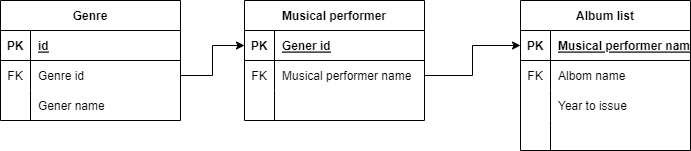
Above: Music site.drawio.png in VadimRoziznan/Music-site (draw.io), before the change. Source tidied: cells renumbered, new cells last; positions are measured from the earlier drawing's top-left corner, leaving out a move shared by most shapes.
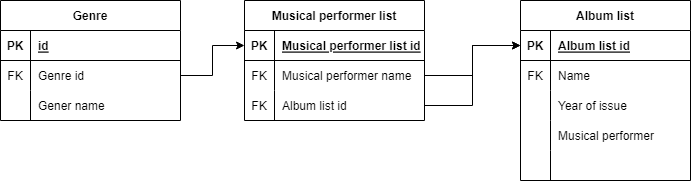
After the change.

The edit, as a diff of the source:
```diff
@@ -32,7 +32,7 @@
     <mxCell id="11" value="Gener name" style="shape=partialRectangle;fillColor=none;top=0;left=0;bottom=0;right=0;align=left;spacingLeft=6;overflow=hidden;" parent="9" vertex="1">
       <mxGeometry x="30" width="150" height="30" as="geometry" />
     </mxCell>
-    <mxCell id="12" value="Musical performer" style="shape=table;startSize=30;rowLines=0;fontStyle=1;align=center;strokeColor=default;fontFamily=Helvetica;fontSize=12;fontColor=default;fillColor=none;" parent="1" vertex="1">
+    <mxCell id="12" value="Musical performer list" style="shape=table;startSize=30;rowLines=0;fontStyle=1;align=center;strokeColor=default;fontFamily=Helvetica;fontSize=12;fontColor=default;fillColor=none;" parent="1" vertex="1">
       <mxGeometry x="244" width="180" height="120" as="geometry" />
     </mxCell>
     <mxCell id="13" style="shape=tableRow;horizontal=0;startSize=0;swimlaneHead=0;swimlaneBody=0;fillColor=none;points=[[0,0.5],[1,0.5]];portConstraint=eastwest;top=0;left=0;right=0;bottom=1;strokeColor=default;fontFamily=Helvetica;fontSize=12;fontColor=default;" parent="12" vertex="1">
@@ -41,7 +41,7 @@
     <mxCell id="14" value="PK" style="shape=partialRectangle;fillColor=none;top=0;left=0;bottom=0;right=0;fontStyle=1;overflow=hidden;strokeColor=default;fontFamily=Helvetica;fontSize=12;fontColor=default;" parent="13" vertex="1">
       <mxGeometry width="30" height="30" as="geometry" />
     </mxCell>
-    <mxCell id="15" value="Gener id" style="shape=partialRectangle;fillColor=none;top=0;left=0;bottom=0;right=0;align=left;spacingLeft=6;fontStyle=5;overflow=hidden;strokeColor=default;fontFamily=Helvetica;fontSize=12;fontColor=default;" parent="13" vertex="1">
+    <mxCell id="15" value="Musical performer list id" style="shape=partialRectangle;fillColor=none;top=0;left=0;bottom=0;right=0;align=left;spacingLeft=6;fontStyle=5;overflow=hidden;strokeColor=default;fontFamily=Helvetica;fontSize=12;fontColor=default;" parent="13" vertex="1">
       <mxGeometry x="30" width="150" height="30" as="geometry" />
     </mxCell>
     <mxCell id="16" style="shape=tableRow;horizontal=0;startSize=0;swimlaneHead=0;swimlaneBody=0;fillColor=none;points=[[0,0.5],[1,0.5]];portConstraint=eastwest;top=0;left=0;right=0;bottom=0;strokeColor=default;fontFamily=Helvetica;fontSize=12;fontColor=default;" parent="12" vertex="1">
@@ -56,14 +56,14 @@
     <mxCell id="19" style="shape=tableRow;horizontal=0;startSize=0;swimlaneHead=0;swimlaneBody=0;fillColor=none;points=[[0,0.5],[1,0.5]];portConstraint=eastwest;top=0;left=0;right=0;bottom=0;strokeColor=default;fontFamily=Helvetica;fontSize=12;fontColor=default;" parent="12" vertex="1">
       <mxGeometry y="90" width="180" height="30" as="geometry" />
     </mxCell>
-    <mxCell id="20" style="shape=partialRectangle;fillColor=none;top=0;left=0;bottom=0;right=0;overflow=hidden;strokeColor=default;fontFamily=Helvetica;fontSize=12;fontColor=default;" parent="19" vertex="1">
+    <mxCell id="20" value="FK" style="shape=partialRectangle;fillColor=none;top=0;left=0;bottom=0;right=0;overflow=hidden;strokeColor=default;fontFamily=Helvetica;fontSize=12;fontColor=default;" parent="19" vertex="1">
       <mxGeometry width="30" height="30" as="geometry" />
     </mxCell>
-    <mxCell id="21" style="shape=partialRectangle;fillColor=none;top=0;left=0;bottom=0;right=0;align=left;spacingLeft=6;overflow=hidden;strokeColor=default;fontFamily=Helvetica;fontSize=12;fontColor=default;" parent="19" vertex="1">
+    <mxCell id="21" value="Album list id" style="shape=partialRectangle;fillColor=none;top=0;left=0;bottom=0;right=0;align=left;spacingLeft=6;overflow=hidden;strokeColor=default;fontFamily=Helvetica;fontSize=12;fontColor=default;" parent="19" vertex="1">
       <mxGeometry x="30" width="150" height="30" as="geometry" />
     </mxCell>
     <mxCell id="22" value="Album list" style="shape=table;startSize=30;rowLines=0;fontStyle=1;align=center;strokeColor=default;fontFamily=Helvetica;fontSize=12;fontColor=default;fillColor=none;" parent="1" vertex="1">
-      <mxGeometry x="520" width="170" height="150" as="geometry" />
+      <mxGeometry x="520" width="170" height="180" as="geometry" />
     </mxCell>
     <mxCell id="23" style="shape=tableRow;horizontal=0;startSize=0;swimlaneHead=0;swimlaneBody=0;fillColor=none;points=[[0,0.5],[1,0.5]];portConstraint=eastwest;top=0;left=0;right=0;bottom=1;strokeColor=default;fontFamily=Helvetica;fontSize=12;fontColor=default;" parent="22" vertex="1">
       <mxGeometry y="30" width="170" height="30" as="geometry" />
@@ -71,7 +71,7 @@
     <mxCell id="24" value="PK" style="shape=partialRectangle;fillColor=none;top=0;left=0;bottom=0;right=0;fontStyle=1;overflow=hidden;strokeColor=default;fontFamily=Helvetica;fontSize=12;fontColor=default;" parent="23" vertex="1">
       <mxGeometry width="30" height="30" as="geometry" />
     </mxCell>
-    <mxCell id="25" value="Musical performer name" style="shape=partialRectangle;fillColor=none;top=0;left=0;bottom=0;right=0;align=left;spacingLeft=6;fontStyle=5;overflow=hidden;strokeColor=default;fontFamily=Helvetica;fontSize=12;fontColor=default;" parent="23" vertex="1">
+    <mxCell id="25" value="Album list id" style="shape=partialRectangle;fillColor=none;top=0;left=0;bottom=0;right=0;align=left;spacingLeft=6;fontStyle=5;overflow=hidden;strokeColor=default;fontFamily=Helvetica;fontSize=12;fontColor=default;" parent="23" vertex="1">
       <mxGeometry x="30" width="140" height="30" as="geometry" />
     </mxCell>
     <mxCell id="26" style="shape=tableRow;horizontal=0;startSize=0;swimlaneHead=0;swimlaneBody=0;fillColor=none;top=0;left=0;right=0;bottom=0;strokeColor=default;fontFamily=Helvetica;fontSize=12;fontColor=default;" parent="22" vertex="1">
@@ -80,20 +80,29 @@
     <mxCell id="27" value="FK" style="shape=partialRectangle;fillColor=none;top=0;left=0;bottom=0;right=0;overflow=hidden;strokeColor=default;fontFamily=Helvetica;fontSize=12;fontColor=default;" parent="26" vertex="1">
       <mxGeometry width="30" height="30" as="geometry" />
     </mxCell>
-    <mxCell id="28" value="Albom name" style="shape=partialRectangle;fillColor=none;top=0;left=0;bottom=0;right=0;align=left;spacingLeft=6;overflow=hidden;strokeColor=default;fontFamily=Helvetica;fontSize=12;fontColor=default;" parent="26" vertex="1">
+    <mxCell id="28" value="Name" style="shape=partialRectangle;fillColor=none;top=0;left=0;bottom=0;right=0;align=left;spacingLeft=6;overflow=hidden;strokeColor=default;fontFamily=Helvetica;fontSize=12;fontColor=default;" parent="26" vertex="1">
       <mxGeometry x="30" width="140" height="30" as="geometry" />
     </mxCell>
+    <mxCell id="37" style="shape=tableRow;horizontal=0;startSize=0;swimlaneHead=0;swimlaneBody=0;fillColor=none;top=0;left=0;right=0;bottom=0;strokeColor=default;fontFamily=Helvetica;fontSize=12;fontColor=default;" parent="22" vertex="1">
+      <mxGeometry y="90" width="170" height="30" as="geometry" />
+    </mxCell>
+    <mxCell id="38" style="shape=partialRectangle;fillColor=none;top=0;left=0;bottom=0;right=0;overflow=hidden;strokeColor=default;fontFamily=Helvetica;fontSize=12;fontColor=default;" parent="37" vertex="1">
+      <mxGeometry width="30" height="30" as="geometry" />
+    </mxCell>
+    <mxCell id="39" value="Year of issue" style="shape=partialRectangle;fillColor=none;top=0;left=0;bottom=0;right=0;align=left;spacingLeft=6;overflow=hidden;strokeColor=default;fontFamily=Helvetica;fontSize=12;fontColor=default;" parent="37" vertex="1">
+      <mxGeometry x="30" width="140" height="30" as="geometry" />
+    </mxCell>
     <mxCell id="29" style="shape=tableRow;horizontal=0;startSize=0;swimlaneHead=0;swimlaneBody=0;fillColor=none;top=0;left=0;right=0;bottom=0;strokeColor=default;fontFamily=Helvetica;fontSize=12;fontColor=default;" parent="22" vertex="1">
-      <mxGeometry y="90" width="170" height="30" as="geometry" />
+      <mxGeometry y="120" width="170" height="30" as="geometry" />
     </mxCell>
     <mxCell id="30" style="shape=partialRectangle;fillColor=none;top=0;left=0;bottom=0;right=0;overflow=hidden;strokeColor=default;fontFamily=Helvetica;fontSize=12;fontColor=default;" parent="29" vertex="1">
       <mxGeometry width="30" height="30" as="geometry" />
     </mxCell>
-    <mxCell id="31" value="Year to issue " style="shape=partialRectangle;fillColor=none;top=0;left=0;bottom=0;right=0;align=left;spacingLeft=6;overflow=hidden;strokeColor=default;fontFamily=Helvetica;fontSize=12;fontColor=default;" parent="29" vertex="1">
+    <mxCell id="31" value="Musical performer" style="shape=partialRectangle;fillColor=none;top=0;left=0;bottom=0;right=0;align=left;spacingLeft=6;overflow=hidden;strokeColor=default;fontFamily=Helvetica;fontSize=12;fontColor=default;" parent="29" vertex="1">
       <mxGeometry x="30" width="140" height="30" as="geometry" />
     </mxCell>
     <mxCell id="32" style="shape=tableRow;horizontal=0;startSize=0;swimlaneHead=0;swimlaneBody=0;fillColor=none;top=0;left=0;right=0;bottom=0;strokeColor=default;fontFamily=Helvetica;fontSize=12;fontColor=default;" parent="22" vertex="1">
-      <mxGeometry y="120" width="170" height="30" as="geometry" />
+      <mxGeometry y="150" width="170" height="30" as="geometry" />
     </mxCell>
     <mxCell id="33" style="shape=partialRectangle;fillColor=none;top=0;left=0;bottom=0;right=0;overflow=hidden;strokeColor=default;fontFamily=Helvetica;fontSize=12;fontColor=default;" parent="32" vertex="1">
       <mxGeometry width="30" height="30" as="geometry" />
@@ -101,9 +110,15 @@
     <mxCell id="34" style="shape=partialRectangle;fillColor=none;top=0;left=0;bottom=0;right=0;align=left;spacingLeft=6;overflow=hidden;strokeColor=default;fontFamily=Helvetica;fontSize=12;fontColor=default;" parent="32" vertex="1">
       <mxGeometry x="30" width="140" height="30" as="geometry" />
     </mxCell>
+    <mxCell id="40" style="edgeStyle=orthogonalEdgeStyle;rounded=0;jettySize=auto;html=1;exitX=1;exitY=0.5;exitDx=0;exitDy=0;entryX=0;entryY=0.5;entryDx=0;entryDy=0;" parent="1" edge="1" source="x" target="13">
+      <mxGeometry relative="1" as="geometry" />
+    </mxCell>
     <mxCell id="35" style="edgeStyle=orthogonalEdgeStyle;rounded=0;jettySize=auto;html=1;exitX=1;exitY=0.5;exitDx=0;exitDy=0;entryX=0;entryY=0.5;entryDx=0;entryDy=0;" parent="1" edge="1" source="16" target="23">
       <mxGeometry relative="1" as="geometry" />
     </mxCell>
+    <mxCell id="41" style="edgeStyle=orthogonalEdgeStyle;rounded=0;jettySize=auto;html=1;exitX=1;exitY=0.5;exitDx=0;exitDy=0;entryX=0;entryY=0.5;entryDx=0;entryDy=0;" parent="1" edge="1" source="19" target="23">
+      <mxGeometry relative="1" as="geometry" />
+    </mxCell>
     <mxCell id="36" style="edgeStyle=orthogonalEdgeStyle;rounded=0;jettySize=auto;html=1;exitX=1;exitY=0.5;exitDx=0;exitDy=0;entryX=0;entryY=0.5;entryDx=0;entryDy=0;" parent="1" edge="1" source="6" target="13">
       <mxGeometry relative="1" as="geometry" />
     </mxCell>
```
